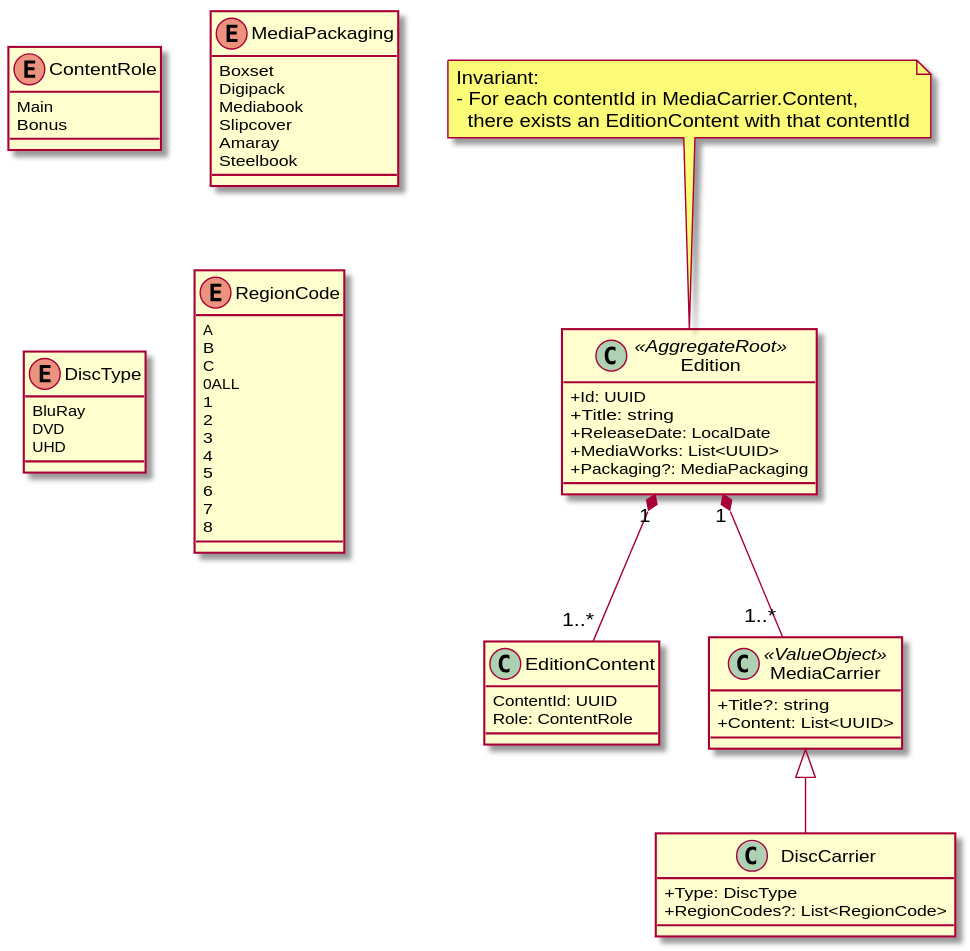
Before: docs/diagrams/domain/domain-edition.svg, a diagram exported from PlantUML (yantue/colleq). Its diagram source:
```plantuml
@startuml
skinparam classAttributeIconSize 0

class Edition <<AggregateRoot>> {
    +Id: UUID
    +Title: string
    +ReleaseDate: LocalDate
    +MediaWorks: List<UUID>
    +Packaging?: MediaPackaging
}

note top of Edition
Invariant:
- For each contentId in MediaCarrier.Content,
  there exists an EditionContent with that contentId
end note

class EditionContent {
    ContentId: UUID
    Role: ContentRole
}

Edition "1" *-- "1..*" EditionContent

enum ContentRole {
    Main
    Bonus
}

class MediaCarrier <<ValueObject>> {
    +Title?: string
    +Content: List<UUID>
}

Edition "1" *-- "1..*" MediaCarrier

class DiscCarrier {
    +Type: DiscType
    +RegionCodes?: List<RegionCode>
}

MediaCarrier <|-- DiscCarrier

enum MediaPackaging {
    Boxset
    Digipack
    Mediabook
    Slipcover
    Amaray
    Steelbook
}

enum DiscType {
    BluRay
    DVD
    UHD
}

enum RegionCode {
    A
    B
    C
    0ALL
    1
    2
    3
    4
    5
    6
    7
    8
}

@enduml
```
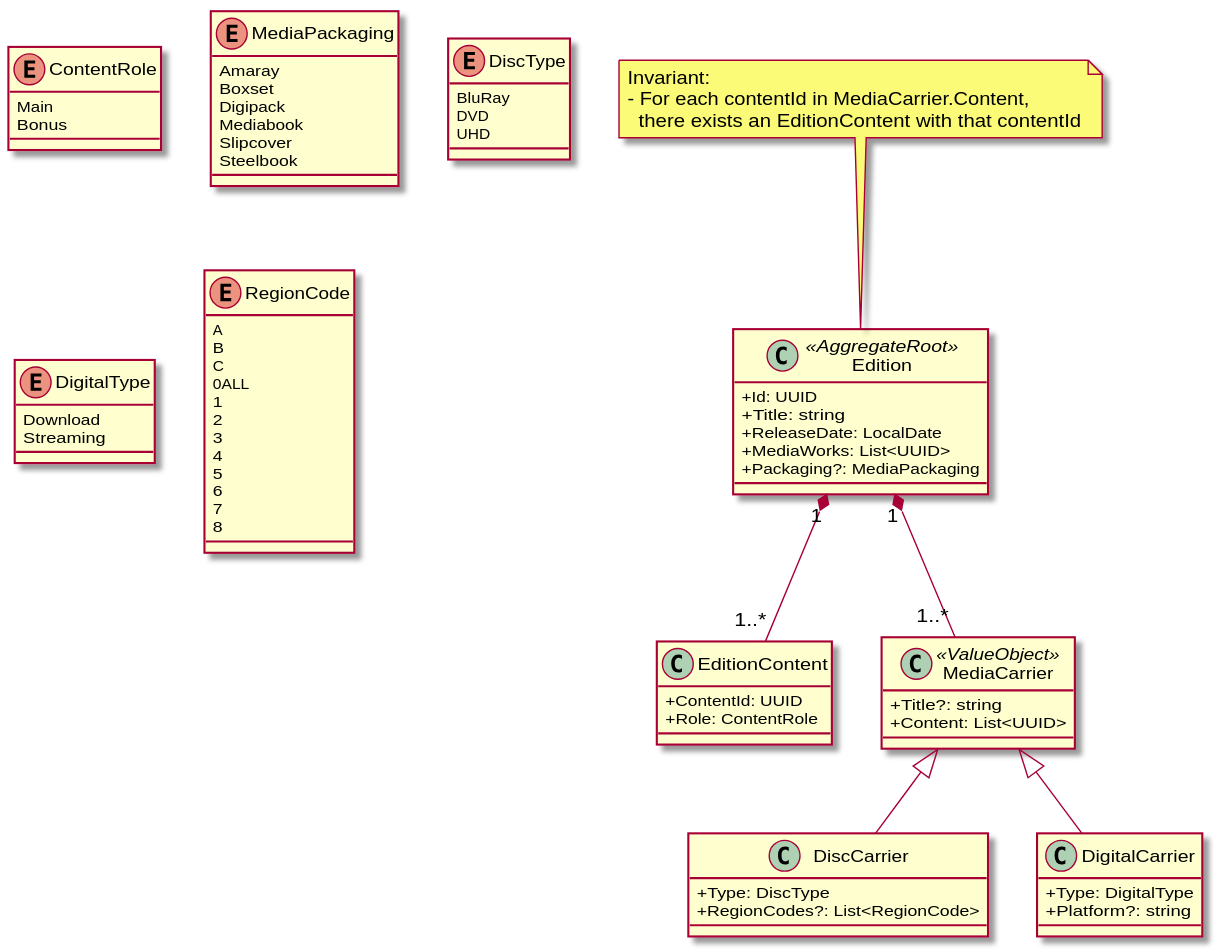
Above is the later version.

Diff of the diagram source:
```diff
@@ -16,8 +16,8 @@
 end note
 
 class EditionContent {
-    ContentId: UUID
-    Role: ContentRole
+    +ContentId: UUID
+    +Role: ContentRole
 }
 
 Edition "1" *-- "1..*" EditionContent
@@ -41,12 +41,19 @@
 
 MediaCarrier <|-- DiscCarrier
 
+class DigitalCarrier {
+    +Type: DigitalType
+    +Platform?: string
+}
+
+MediaCarrier <|-- DigitalCarrier
+
 enum MediaPackaging {
+    Amaray
     Boxset
     Digipack
     Mediabook
     Slipcover
-    Amaray
     Steelbook
 }
 
@@ -54,6 +61,11 @@
     BluRay
     DVD
     UHD
+}
+
+enum DigitalType {
+    Download
+    Streaming
 }
 
 enum RegionCode {
```
